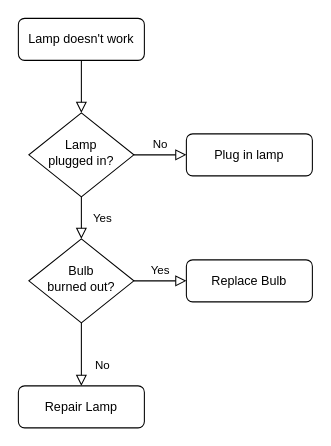
This is 未命名绘图.drawio from VillanelleYY/test, a draw.io file, before an edit. Source tidied: cells renumbered, new cells numbered last; positions are measured from the earlier drawing's top-left corner, leaving out a move shared by most shapes. Both pictures are drawn from the tidied source at 105%, with x=0, y=0 at pixel (18, 18).
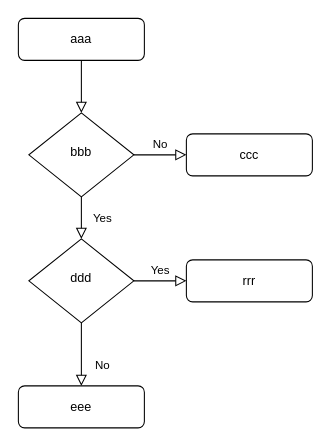
The same diagram, later.

Change to the diagram source:
```diff
@@
 <mxGraphModel>
   <root>
     <mxCell id="0" />
     <mxCell id="1" parent="0" />
     <mxCell id="2" style="rounded=0;html=1;jettySize=auto;fontSize=11;endArrow=block;endFill=0;endSize=8;strokeWidth=1;shadow=0;labelBackgroundColor=none;edgeStyle=orthogonalEdgeStyle;" parent="1" edge="1" source="3" target="6">
       <mxGeometry relative="1" as="geometry" />
     </mxCell>
-    <mxCell id="3" value="Lamp doesn't work" style="rounded=1;whiteSpace=wrap;html=1;fontSize=12;glass=0;strokeWidth=1;shadow=0;" parent="1" vertex="1">
+    <mxCell id="3" value="aaa" style="rounded=1;whiteSpace=wrap;html=1;fontSize=12;glass=0;strokeWidth=1;shadow=0;" parent="1" vertex="1">
       <mxGeometry width="120" height="40" as="geometry" />
     </mxCell>
     <mxCell id="4" value="Yes" style="rounded=0;html=1;jettySize=auto;fontSize=11;endArrow=block;endFill=0;endSize=8;strokeWidth=1;shadow=0;labelBackgroundColor=none;edgeStyle=orthogonalEdgeStyle;" parent="1" edge="1" source="6" target="10">
       <mxGeometry y="20" relative="1" as="geometry" />
     </mxCell>
     <mxCell id="5" value="No" style="edgeStyle=orthogonalEdgeStyle;rounded=0;html=1;jettySize=auto;fontSize=11;endArrow=block;endFill=0;endSize=8;strokeWidth=1;shadow=0;labelBackgroundColor=none;" parent="1" edge="1" source="6" target="7">
       <mxGeometry y="10" relative="1" as="geometry" />
     </mxCell>
-    <mxCell id="6" value="Lamp&lt;br&gt;plugged in?" style="rhombus;whiteSpace=wrap;html=1;shadow=0;fontFamily=Helvetica;fontSize=12;align=center;strokeWidth=1;spacing=6;spacingTop=-4;" parent="1" vertex="1">
+    <mxCell id="6" value="bbb" style="rhombus;whiteSpace=wrap;html=1;shadow=0;fontFamily=Helvetica;fontSize=12;align=center;strokeWidth=1;spacing=6;spacingTop=-4;" parent="1" vertex="1">
       <mxGeometry x="10" y="90" width="100" height="80" as="geometry" />
     </mxCell>
-    <mxCell id="7" value="Plug in lamp" style="rounded=1;whiteSpace=wrap;html=1;fontSize=12;glass=0;strokeWidth=1;shadow=0;" parent="1" vertex="1">
+    <mxCell id="7" value="ccc" style="rounded=1;whiteSpace=wrap;html=1;fontSize=12;glass=0;strokeWidth=1;shadow=0;" parent="1" vertex="1">
       <mxGeometry x="160" y="110" width="120" height="40" as="geometry" />
     </mxCell>
     <mxCell id="8" value="No" style="rounded=0;html=1;jettySize=auto;fontSize=11;endArrow=block;endFill=0;endSize=8;strokeWidth=1;shadow=0;labelBackgroundColor=none;edgeStyle=orthogonalEdgeStyle;" parent="1" edge="1" source="10" target="11">
       <mxGeometry x="0.33" y="20" relative="1" as="geometry" />
     </mxCell>
     <mxCell id="9" value="Yes" style="edgeStyle=orthogonalEdgeStyle;rounded=0;html=1;jettySize=auto;fontSize=11;endArrow=block;endFill=0;endSize=8;strokeWidth=1;shadow=0;labelBackgroundColor=none;" parent="1" edge="1" source="10" target="12">
       <mxGeometry y="10" relative="1" as="geometry" />
     </mxCell>
-    <mxCell id="10" value="Bulb&lt;br&gt;burned out?" style="rhombus;whiteSpace=wrap;html=1;shadow=0;fontFamily=Helvetica;fontSize=12;align=center;strokeWidth=1;spacing=6;spacingTop=-4;" parent="1" vertex="1">
+    <mxCell id="10" value="ddd" style="rhombus;whiteSpace=wrap;html=1;shadow=0;fontFamily=Helvetica;fontSize=12;align=center;strokeWidth=1;spacing=6;spacingTop=-4;" parent="1" vertex="1">
       <mxGeometry x="10" y="210" width="100" height="80" as="geometry" />
     </mxCell>
-    <mxCell id="11" value="Repair Lamp" style="rounded=1;whiteSpace=wrap;html=1;fontSize=12;glass=0;strokeWidth=1;shadow=0;" parent="1" vertex="1">
+    <mxCell id="11" value="eee" style="rounded=1;whiteSpace=wrap;html=1;fontSize=12;glass=0;strokeWidth=1;shadow=0;" parent="1" vertex="1">
       <mxGeometry y="350" width="120" height="40" as="geometry" />
     </mxCell>
-    <mxCell id="12" value="Replace Bulb" style="rounded=1;whiteSpace=wrap;html=1;fontSize=12;glass=0;strokeWidth=1;shadow=0;" parent="1" vertex="1">
+    <mxCell id="12" value="rrr" style="rounded=1;whiteSpace=wrap;html=1;fontSize=12;glass=0;strokeWidth=1;shadow=0;" parent="1" vertex="1">
       <mxGeometry x="160" y="230" width="120" height="40" as="geometry" />
     </mxCell>
   </root>
 </mxGraphModel>
```
